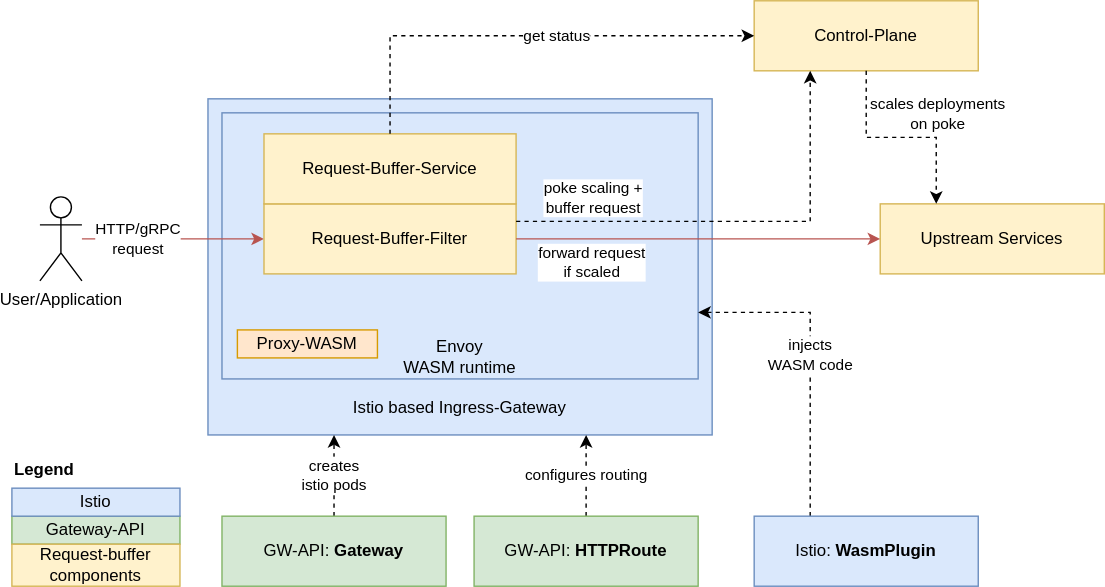
This is docs/kubernetes-overview.drawio.svg from ReToCode/envoy-request-buffer, a draw.io export, as it was before one commit. Source tidied: cells renumbered, new cells last; positions are measured from the earlier drawing's top-left corner, leaving out a move shared by most shapes.
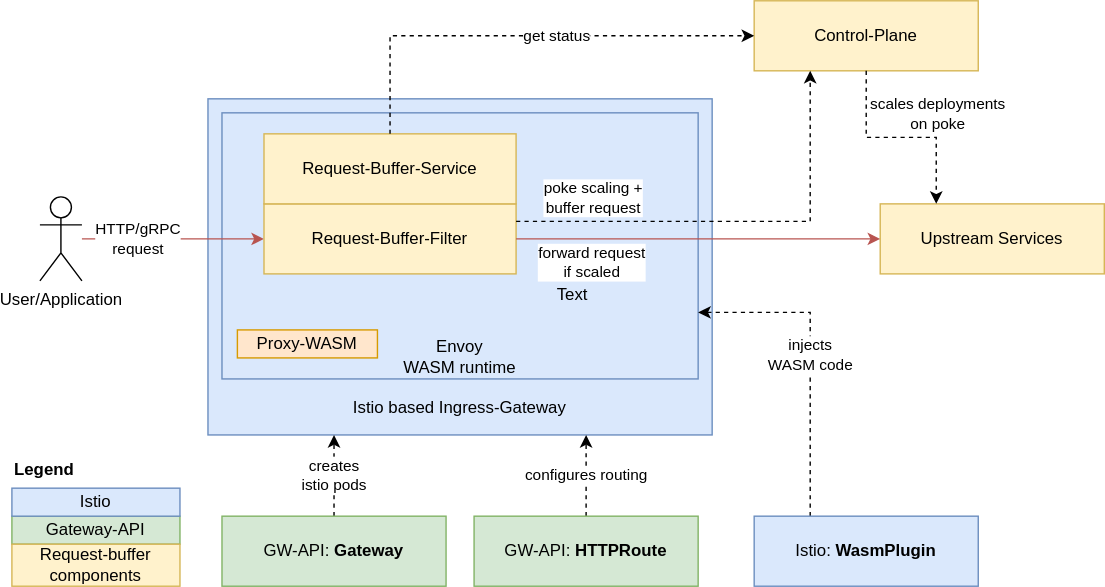
After the change.

Commit message:
Add istio issue

Change to the diagram source:
```diff
@@ -80,5 +80,8 @@
     <mxCell id="24" value="Istio" style="rounded=0;whiteSpace=wrap;html=1;fillColor=#dae8fc;strokeColor=#6c8ebf;" parent="1" vertex="1">
       <mxGeometry y="348" width="120" height="20" as="geometry" />
     </mxCell>
+    <mxCell id="25" value="Text" style="text;html=1;align=center;verticalAlign=middle;fillColor=none;strokeColor=none;rounded=0;" parent="1" vertex="1">
+      <mxGeometry x="375" y="195" width="50" height="30" as="geometry" />
+    </mxCell>
   </root>
 </mxGraphModel>
```
